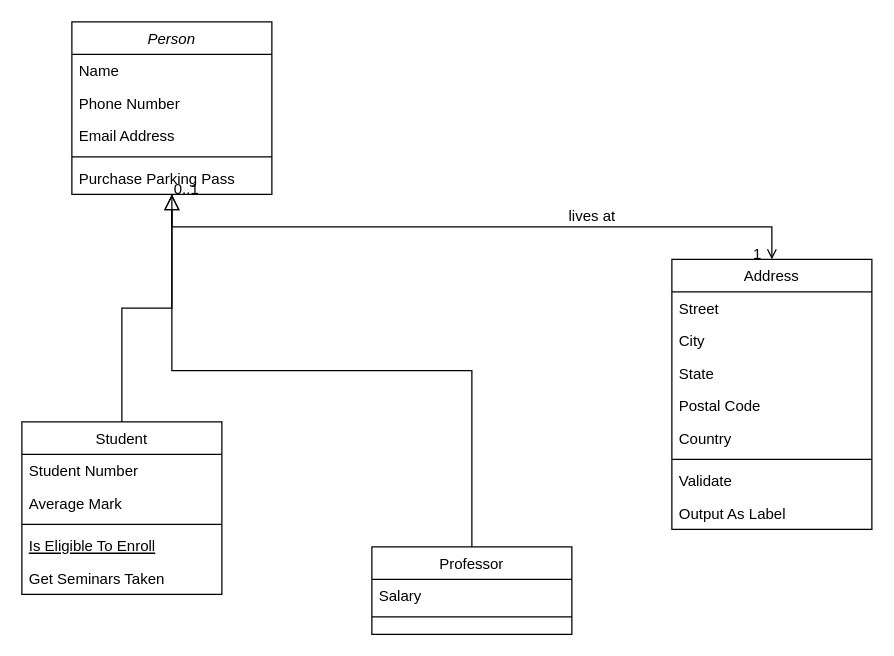
Earlier version of the draw.io diagram 未命名绘图.drawio (Geistzzz/KnowledgeReminder). Source tidied: cells renumbered, new cells numbered last; positions are measured from the earlier drawing's top-left corner, leaving out a move shared by most shapes. Both pictures are drawn from the tidied source at 125%, with x=0, y=0 at pixel (21, 21).
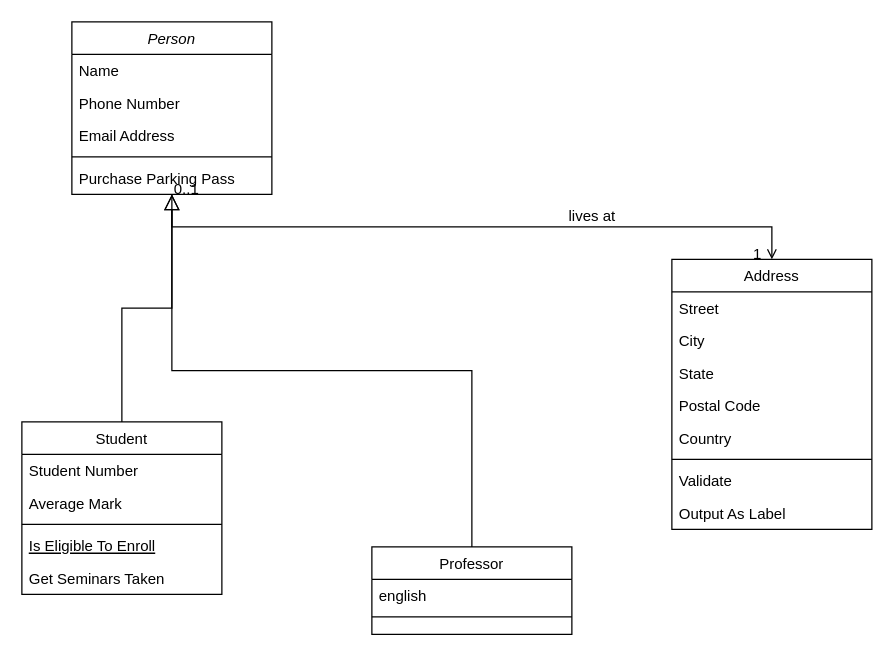
After the change.

Unchanged cells that the change refers to:
```xml
<mxCell id="15" value="Professor" style="swimlane;fontStyle=0;align=center;verticalAlign=top;horizontal=1;startSize=26;rounded=0;shadow=0;strokeWidth=1;" parent="1" vertex="1">
  <mxGeometry x="280" y="420" width="160" height="70" as="geometry" />
</mxCell>
```

Change to the diagram source:
```diff
@@
-    <mxCell id="16" value="Salary" style="text;align=left;verticalAlign=top;spacingLeft=4;spacingRight=4;overflow=hidden;" parent="15" vertex="1">
+    <mxCell id="16" value="english&#10;" style="text;align=left;verticalAlign=top;spacingLeft=4;spacingRight=4;overflow=hidden;" parent="15" vertex="1">
       <mxGeometry y="26" width="160" height="26" as="geometry" />
     </mxCell>
```
